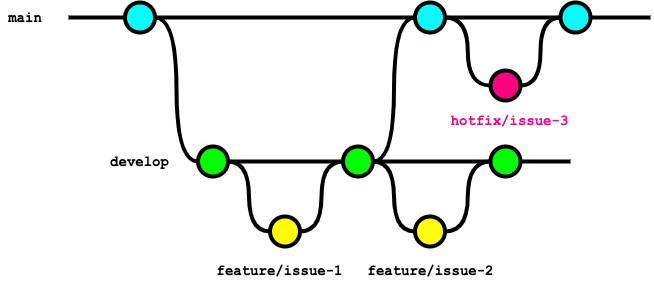
Above: documents/forGitBranch/img/branch_strategy_hotfix.drawio.png in future-architect/coding-standards (draw.io), before the change. Source tidied: cells renumbered, new cells last; positions are measured from the earlier drawing's top-left corner, leaving out a move shared by most shapes.
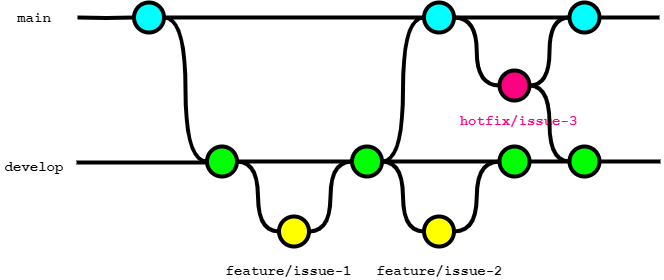
Above is the later version.

Commit message:
fix git flow standards

Change to the diagram source:
```diff
@@ -32,7 +32,7 @@
       <mxGeometry x="342.5" y="144" width="30" height="30" as="geometry" />
     </mxCell>
     <mxCell id="11" value="develop" style="text;html=1;strokeColor=none;fillColor=none;align=center;verticalAlign=middle;whiteSpace=wrap;overflow=hidden;fontSize=14;fontStyle=1;fontFamily=Courier New;" parent="1" vertex="1">
-      <mxGeometry x="58.2" y="149" width="162.5" height="20" as="geometry" />
+      <mxGeometry x="-10" y="154" width="70" height="20" as="geometry" />
     </mxCell>
     <mxCell id="12" style="edgeStyle=orthogonalEdgeStyle;curved=1;rounded=0;html=1;exitX=1;exitY=0.5;exitPerimeter=0;entryX=0;entryY=0.5;entryPerimeter=0;endArrow=none;endFill=0;jettySize=auto;strokeWidth=4;fontSize=15;exitDx=0;exitDy=0;entryDx=0;entryDy=0;" parent="1" edge="1" source="7" target="8">
       <mxGeometry relative="1" as="geometry" />
@@ -52,9 +52,9 @@
     <mxCell id="17" style="edgeStyle=orthogonalEdgeStyle;curved=1;rounded=0;html=1;exitX=0;exitY=0.5;exitPerimeter=0;entryX=1;entryY=0.5;entryPerimeter=0;endArrow=none;endFill=0;jettySize=auto;strokeWidth=4;fontSize=15;exitDx=0;exitDy=0;entryDx=0;entryDy=0;" parent="1" edge="1" source="15" target="14">
       <mxGeometry relative="1" as="geometry" />
     </mxCell>
-    <mxCell id="18" style="edgeStyle=orthogonalEdgeStyle;curved=1;rounded=0;jettySize=auto;html=1;endArrow=none;endFill=0;strokeWidth=4;fontFamily=Courier New;fontSize=16;exitX=1;exitY=0.5;exitDx=0;exitDy=0;exitPerimeter=0;" parent="1" edge="1" source="15">
+    <mxCell id="18" style="edgeStyle=orthogonalEdgeStyle;curved=1;rounded=0;jettySize=auto;html=1;endArrow=none;endFill=0;strokeWidth=4;fontFamily=Courier New;fontSize=16;exitX=1;exitY=0.5;exitDx=0;exitDy=0;exitPerimeter=0;" parent="1" edge="1" source="33">
       <mxGeometry relative="1" as="geometry">
-        <mxPoint x="570" y="159" as="targetPoint" />
+        <mxPoint x="651" y="159" as="targetPoint" />
       </mxGeometry>
     </mxCell>
     <mxCell id="19" style="verticalLabelPosition=bottom;verticalAlign=top;html=1;strokeWidth=4;shape=mxgraph.flowchart.on-page_reference;plain-blue;gradientColor=none;strokeColor=#000000;fillColor=#FF0080;" parent="1" vertex="1">
@@ -92,5 +92,23 @@
     <mxCell id="29" style="edgeStyle=orthogonalEdgeStyle;curved=1;rounded=0;jettySize=auto;html=1;endArrow=none;endFill=0;strokeWidth=4;fontFamily=Courier New;fontSize=16;exitX=1;exitY=0.5;exitDx=0;exitDy=0;exitPerimeter=0;entryX=0;entryY=0.5;entryDx=0;entryDy=0;entryPerimeter=0;" parent="1" edge="1" source="3" target="4">
       <mxGeometry relative="1" as="geometry" />
     </mxCell>
+    <mxCell id="30" style="edgeStyle=orthogonalEdgeStyle;rounded=0;html=1;jettySize=auto;strokeWidth=4;endArrow=none;endFill=0;entryX=0;entryY=0.5;entryDx=0;entryDy=0;entryPerimeter=0;" parent="1" edge="1" target="7">
+      <mxGeometry x="123.5" y="-542" as="geometry">
+        <mxPoint x="71" y="160" as="sourcePoint" />
+        <Array as="points">
+          <mxPoint x="67" y="160" />
+          <mxPoint x="133" y="160" />
+        </Array>
+      </mxGeometry>
+    </mxCell>
+    <mxCell id="31" style="edgeStyle=orthogonalEdgeStyle;curved=1;rounded=0;html=1;entryX=0;entryY=0.5;entryPerimeter=0;endArrow=none;endFill=0;jettySize=auto;strokeWidth=4;fontSize=15;entryDx=0;entryDy=0;exitX=1;exitY=0.5;exitDx=0;exitDy=0;exitPerimeter=0;" parent="1" edge="1" source="19" target="33">
+      <mxGeometry relative="1" as="geometry" />
+    </mxCell>
+    <mxCell id="32" style="edgeStyle=orthogonalEdgeStyle;curved=1;rounded=0;jettySize=auto;html=1;endArrow=none;endFill=0;strokeWidth=4;fontFamily=Courier New;fontSize=16;exitX=1;exitY=0.5;exitDx=0;exitDy=0;exitPerimeter=0;" parent="1" edge="1" source="15" target="33">
+      <mxGeometry relative="1" as="geometry" />
+    </mxCell>
+    <mxCell id="33" style="verticalLabelPosition=bottom;verticalAlign=top;html=1;strokeWidth=4;shape=mxgraph.flowchart.on-page_reference;plain-purple;gradientColor=none;strokeColor=#000000;fillColor=#00FF00;" parent="1" vertex="1">
+      <mxGeometry x="560" y="144" width="30" height="30" as="geometry" />
+    </mxCell>
   </root>
 </mxGraphModel>
```
